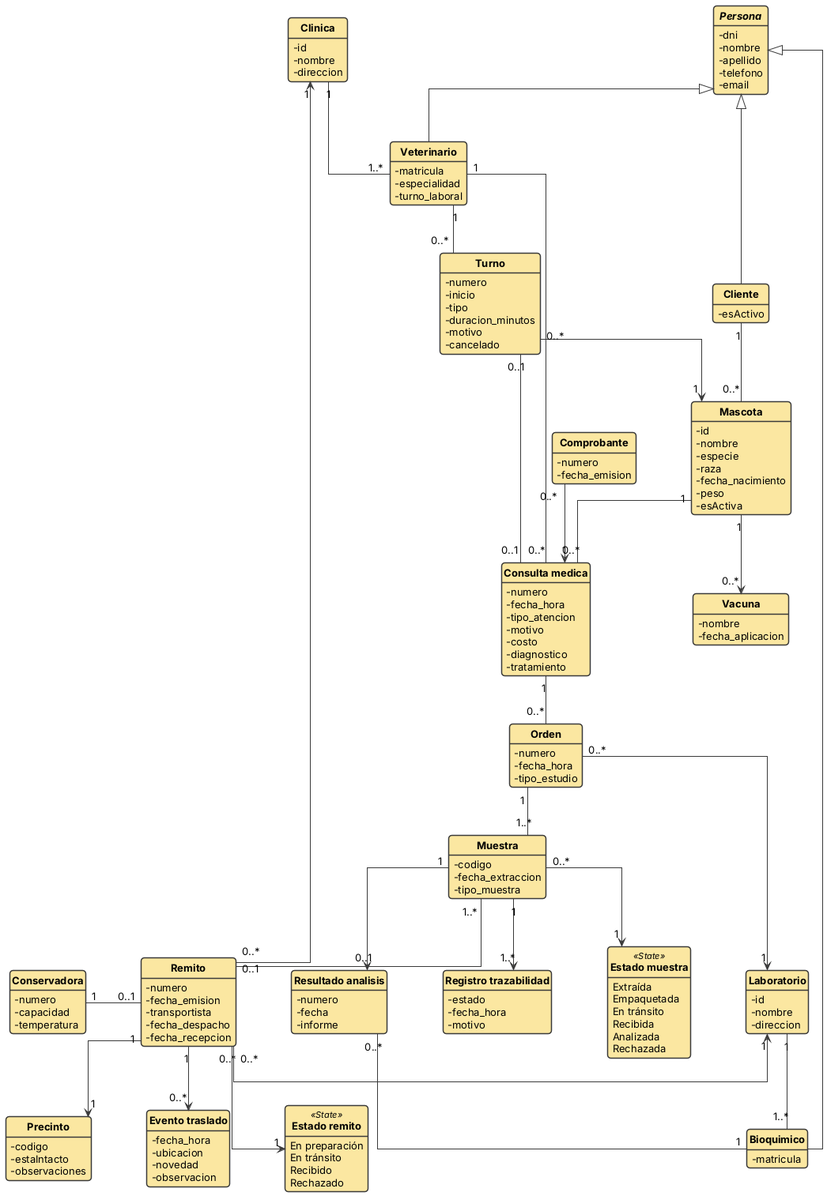
romialameda/TPI_Veterinaria_G65 keeps this PlantUML diagram as docs/diagramas/diagrama_clases_dominio.png. Above is the earlier version.
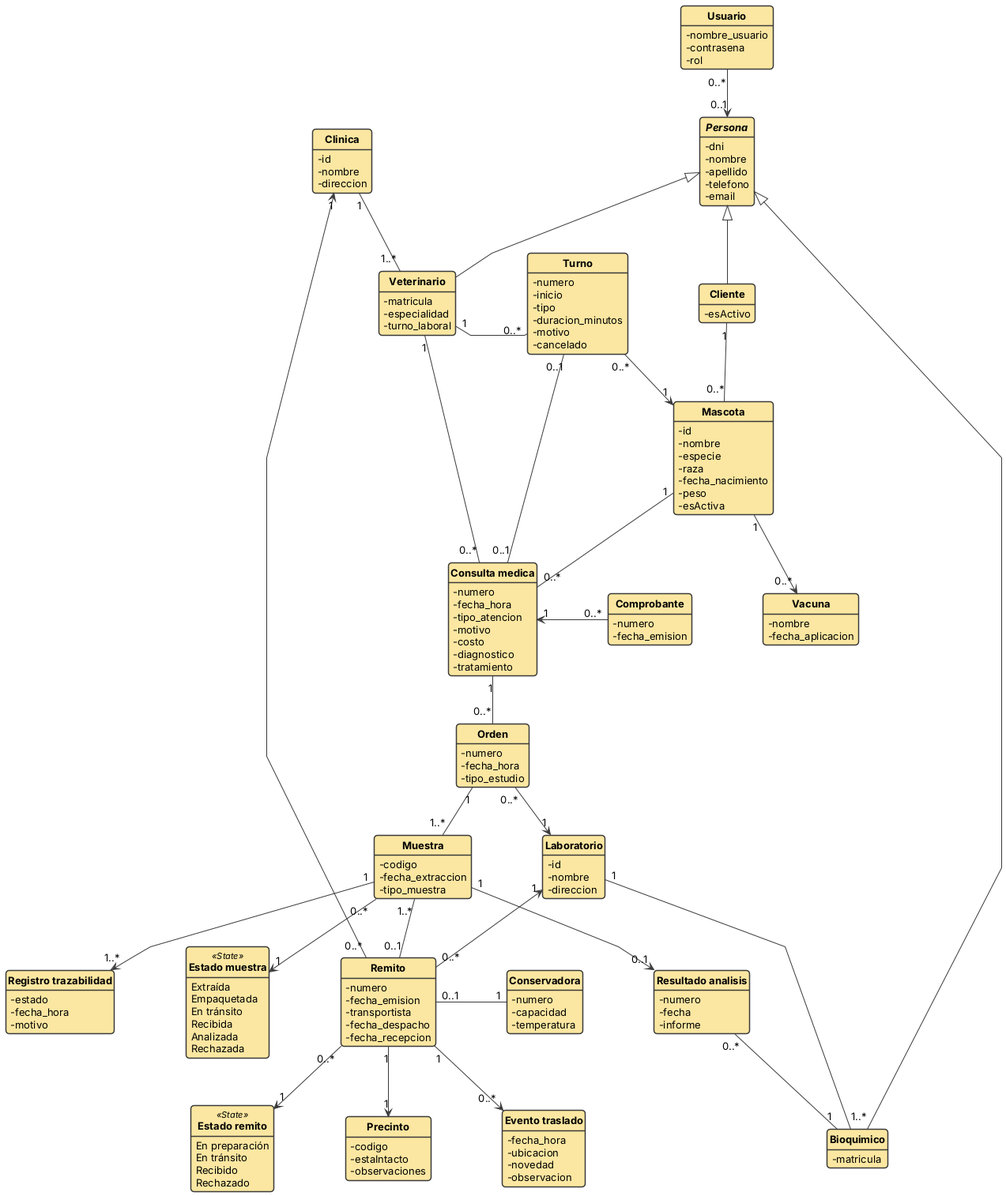
After the commit.

Commit message:
Diagrama de clases: agrega Usuario y ordena las cardinalidades

Claude-Session: https://claude.ai/code/session_01MZA9wYU7KtYqSNdWKGk35C

The edit, as a diff of the source:
```diff
@@ -2,8 +2,8 @@
 
 skinparam shadowing false
 skinparam roundCorner 8
-skinparam linetype ortho
-skinparam nodesep 70
+skinparam linetype polyline
+skinparam nodesep 90
 skinparam ranksep 60
 skinparam defaultFontName Arial
 skinparam classAttributeIconSize 0
@@ -20,6 +20,12 @@
 hide circle
 hide empty methods
 hide empty fields
+
+class Usuario {
+  -nombre_usuario
+  -contrasena
+  -rol
+}
 
 abstract class Persona {
   -dni
@@ -161,6 +167,8 @@
   -observacion
 }
 
+Usuario "0..*" --> "0..1" Persona
+
 Persona <|-- Cliente
 Persona <|-- Veterinario
 Persona <|-- Bioquimico
@@ -171,9 +179,10 @@
 Clinica "1" -- "1..*" Veterinario
 Veterinario "1" -- "0..*" Turno
 Turno "0..*" --> "1" Mascota
-Turno "0..1" -- "0..1" Consulta
+Turno "0..1" -down- "0..1" Consulta
+Veterinario -[hidden]right- Turno
 Veterinario "1" -- "0..*" Consulta
-Comprobante "0..*" --> "1" Consulta
+Comprobante "0..*" -left-> "1" Consulta
 
 Consulta "1" -- "0..*" Orden
 Orden "0..*" --> "1" Laboratorio
@@ -186,10 +195,10 @@
 
 Muestra "1..*" -down- "0..1" Remito
 Remito "0..*" -down-> "1" EstadoRemito
-Remito "0..1" -left- "1" Conservadora
+Remito "0..1" -right- "1" Conservadora
 Remito "1" -down-> "1" Precinto
 Remito "1" -down-> "0..*" Evento
 Remito "0..*" -up-> "1" Clinica
-Remito "0..*" -right-> "1" Laboratorio
+Remito "0..*" -up-> "1" Laboratorio
 
 @enduml
```
